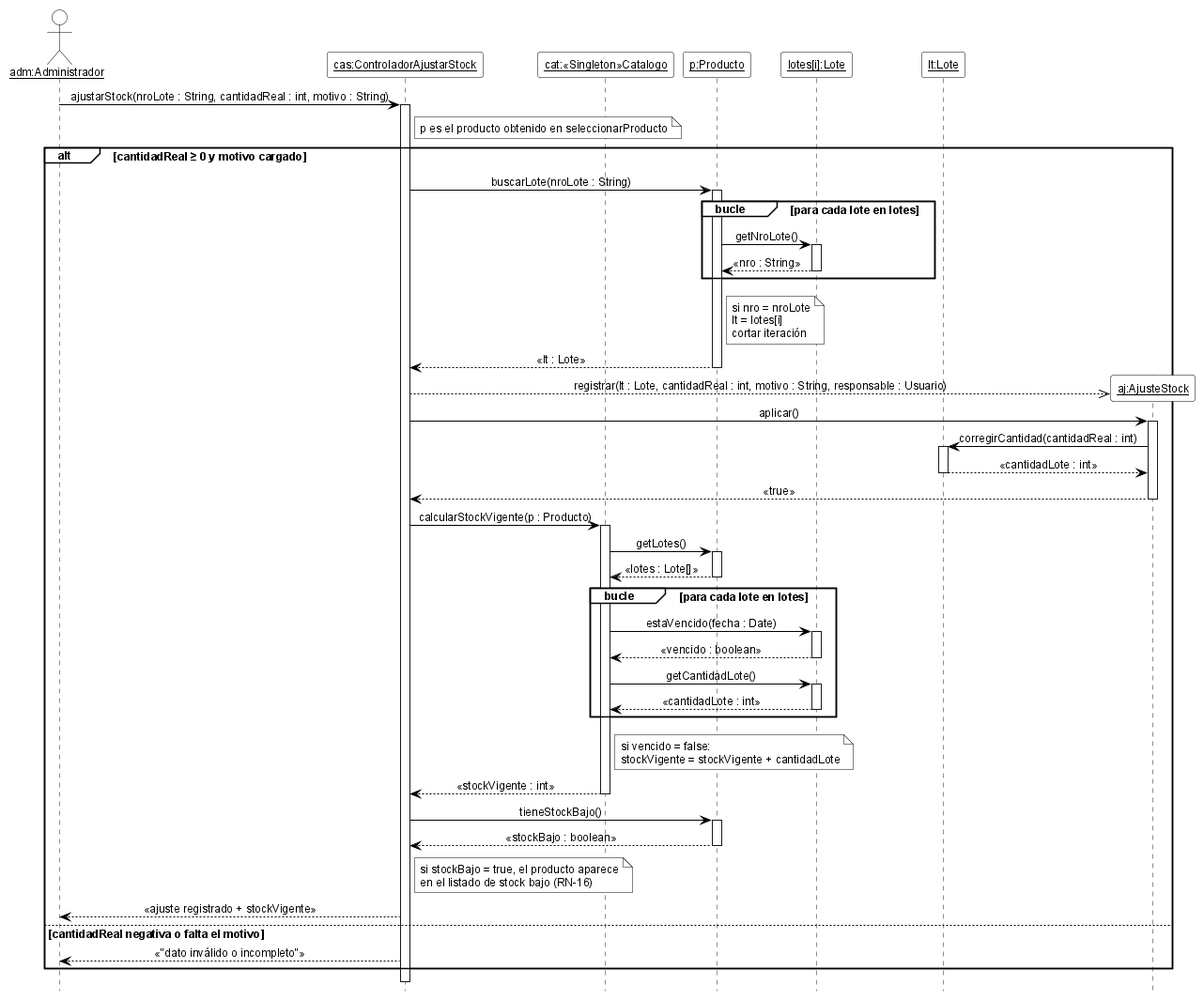
This is 08-Diagrama De Secuencia/DSD_CU-06_ajustarStock.png from cirotop/Stock-Project, a PlantUML export, as it was before one commit. Its diagram source:
```plantuml
@startuml DSD_CU-06_ajustarStock
hide footbox
skinparam shadowing false
skinparam defaultFontName Arial
skinparam defaultFontSize 12
skinparam sequenceMessageAlign center
skinparam ArrowColor black
skinparam ParticipantBackgroundColor white
skinparam ParticipantBorderColor black
skinparam CollectionsBackgroundColor white
skinparam CollectionsBorderColor black
skinparam ActorBackgroundColor white
skinparam ActorBorderColor black
skinparam LifeLineBorderColor black
skinparam LifeLineBackgroundColor white
skinparam SequenceGroupBackgroundColor white
skinparam SequenceGroupBorderColor black
skinparam SequenceGroupHeaderFontColor black
skinparam NoteBackgroundColor white
skinparam NoteBorderColor black

actor "<u>adm:Administrador</u>" as adm
participant "<u>cas:ControladorAjustarStock</u>" as cas
participant "<u>cat:«Singleton»Catalogo</u>" as cat
participant "<u>p:Producto</u>" as p
participant "<u>lotes[i]:Lote</u>" as li
participant "<u>lt:Lote</u>" as lt

adm -> cas ++ : ajustarStock(nroLote : String, cantidadReal : int, motivo : String)
note right of cas : p es el producto obtenido en seleccionarProducto
alt cantidadReal ≥ 0 y motivo cargado
  cas -> p ++ : buscarLote(nroLote : String)
  group bucle [para cada lote en lotes]
    p -> li ++ : getNroLote()
    li --> p -- : «nro : String»
  end
  note right of p
    si nro = nroLote
    lt = lotes[i]
    cortar iteración
  end note
  p --> cas -- : «lt : Lote»
  create participant "<u>aj:AjusteStock</u>" as aj
  cas -->> aj : registrar(lt : Lote, cantidadReal : int, motivo : String, responsable : Usuario)
  cas -> aj ++ : aplicar()
  aj -> lt ++ : corregirCantidad(cantidadReal : int)
  lt --> aj -- : «cantidadLote : int»
  aj --> cas -- : «true»
  cas -> cat ++ : calcularStockVigente(p : Producto)
  cat -> p ++ : getLotes()
  p --> cat -- : «lotes : Lote[]»
  group bucle [para cada lote en lotes]
    cat -> li ++ : estaVencido(fecha : Date)
    li --> cat -- : «vencido : boolean»
    cat -> li ++ : getCantidadLote()
    li --> cat -- : «cantidadLote : int»
  end
  note right of cat : si vencido = false:\nstockVigente = stockVigente + cantidadLote
  cat --> cas -- : «stockVigente : int»
  cas -> p ++ : tieneStockBajo()
  p --> cas -- : «stockBajo : boolean»
  note right of cas : si stockBajo = true, el producto aparece\nen el listado de stock bajo (RN-16)
  cas --> adm : «ajuste registrado + stockVigente»
else cantidadReal negativa o falta el motivo
  cas --> adm : «"dato inválido o incompleto"»
end
deactivate cas

@enduml
```
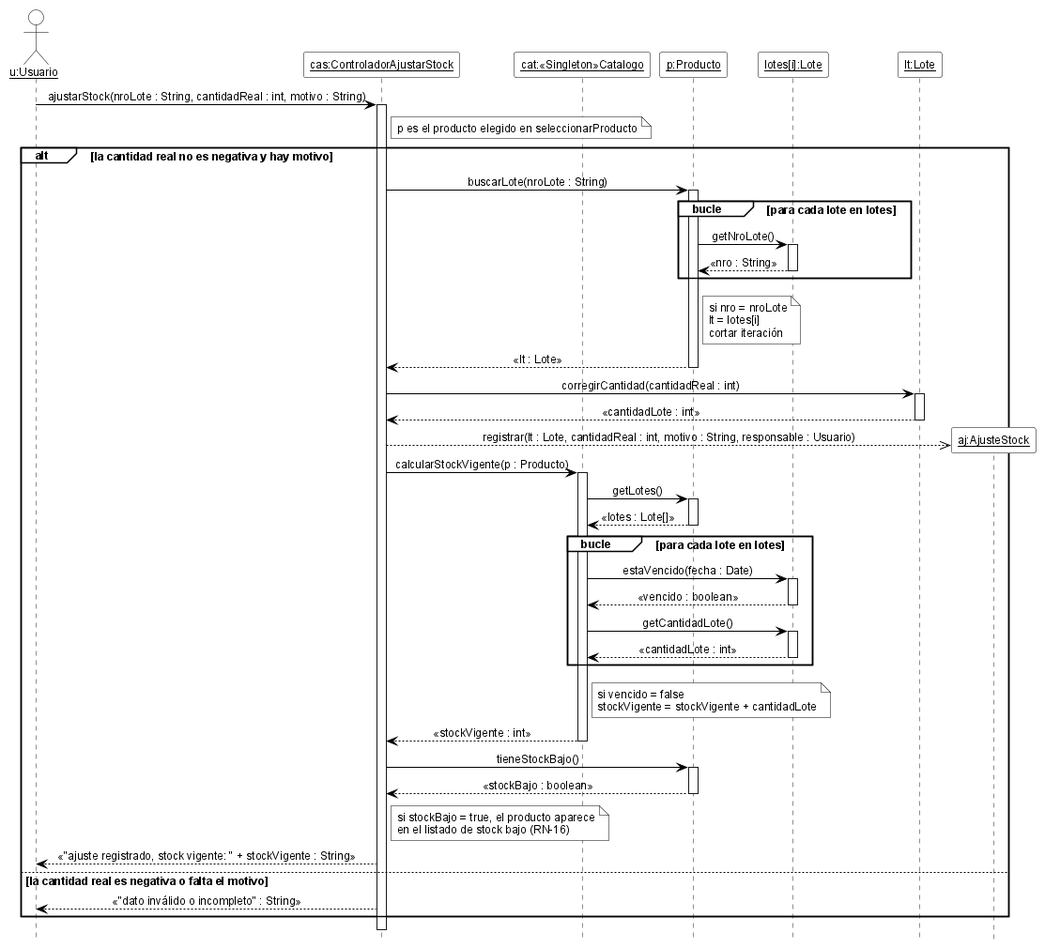
Later version of the same file.

Change to the diagram source:
```diff
@@ -19,16 +19,16 @@
 skinparam NoteBackgroundColor white
 skinparam NoteBorderColor black
 
-actor "<u>adm:Administrador</u>" as adm
+actor "<u>u:Usuario</u>" as u
 participant "<u>cas:ControladorAjustarStock</u>" as cas
 participant "<u>cat:«Singleton»Catalogo</u>" as cat
 participant "<u>p:Producto</u>" as p
 participant "<u>lotes[i]:Lote</u>" as li
 participant "<u>lt:Lote</u>" as lt
 
-adm -> cas ++ : ajustarStock(nroLote : String, cantidadReal : int, motivo : String)
-note right of cas : p es el producto obtenido en seleccionarProducto
-alt cantidadReal ≥ 0 y motivo cargado
+u -> cas ++ : ajustarStock(nroLote : String, cantidadReal : int, motivo : String)
+note right of cas : p es el producto elegido en seleccionarProducto
+alt la cantidad real no es negativa y hay motivo
   cas -> p ++ : buscarLote(nroLote : String)
   group bucle [para cada lote en lotes]
     p -> li ++ : getNroLote()
@@ -40,12 +40,10 @@
     cortar iteración
   end note
   p --> cas -- : «lt : Lote»
+  cas -> lt ++ : corregirCantidad(cantidadReal : int)
+  lt --> cas -- : «cantidadLote : int»
   create participant "<u>aj:AjusteStock</u>" as aj
   cas -->> aj : registrar(lt : Lote, cantidadReal : int, motivo : String, responsable : Usuario)
-  cas -> aj ++ : aplicar()
-  aj -> lt ++ : corregirCantidad(cantidadReal : int)
-  lt --> aj -- : «cantidadLote : int»
-  aj --> cas -- : «true»
   cas -> cat ++ : calcularStockVigente(p : Producto)
   cat -> p ++ : getLotes()
   p --> cat -- : «lotes : Lote[]»
@@ -55,14 +53,17 @@
     cat -> li ++ : getCantidadLote()
     li --> cat -- : «cantidadLote : int»
   end
-  note right of cat : si vencido = false:\nstockVigente = stockVigente + cantidadLote
+  note right of cat
+    si vencido = false
+    stockVigente = stockVigente + cantidadLote
+  end note
   cat --> cas -- : «stockVigente : int»
   cas -> p ++ : tieneStockBajo()
   p --> cas -- : «stockBajo : boolean»
   note right of cas : si stockBajo = true, el producto aparece\nen el listado de stock bajo (RN-16)
-  cas --> adm : «ajuste registrado + stockVigente»
-else cantidadReal negativa o falta el motivo
-  cas --> adm : «"dato inválido o incompleto"»
+  cas --> u : «"ajuste registrado, stock vigente: " + stockVigente : String»
+else la cantidad real es negativa o falta el motivo
+  cas --> u : «"dato inválido o incompleto" : String»
 end
 deactivate cas
 
```
